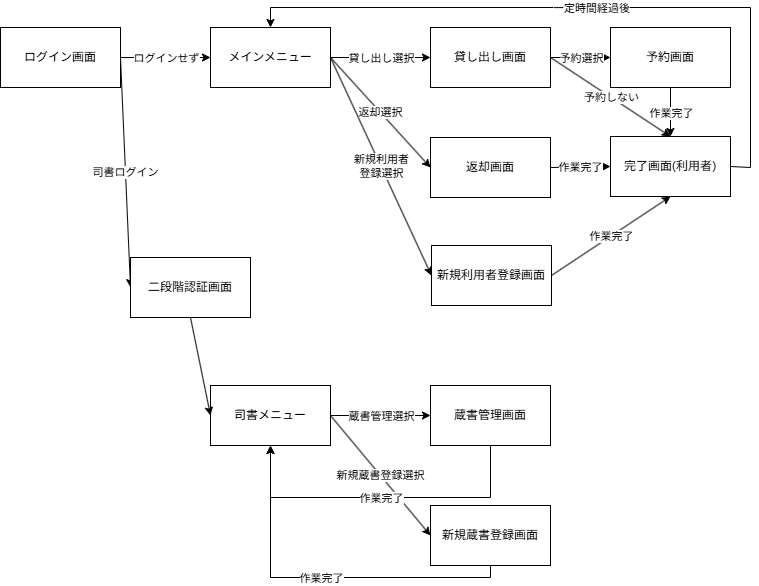
Before: 画面遷移/liblaly_画面遷移図.drawio.png, a diagram exported from draw.io (lc-lor-lcb/liblary). Source tidied: cells renumbered, new cells last; positions are measured from the earlier drawing's top-left corner, leaving out a move shared by most shapes.
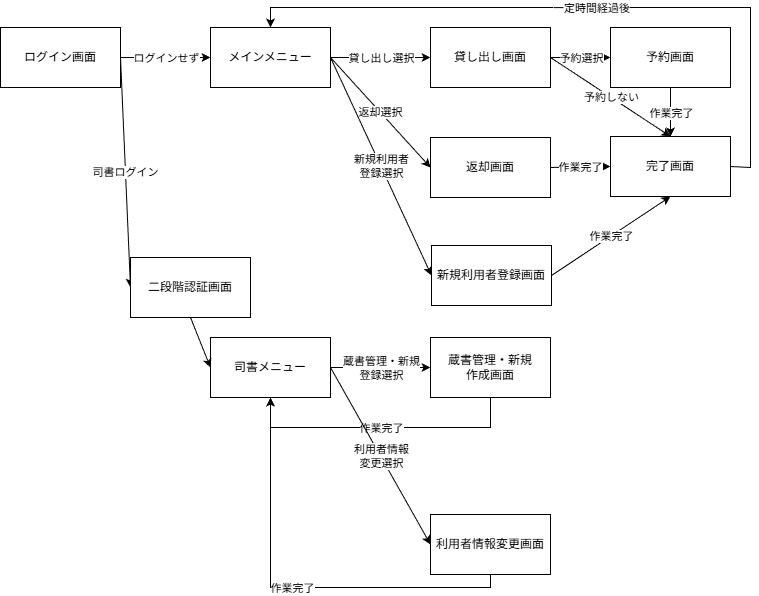
The same file after the commit.

The edit, as a diff of the source:
```diff
@@ -9,17 +9,14 @@
       <mxGeometry x="210" y="20" width="120" height="60" as="geometry" />
     </mxCell>
     <mxCell id="4" value="司書メニュー" style="rounded=0;whiteSpace=wrap;html=1;" parent="1" vertex="1">
-      <mxGeometry x="210" y="378" width="120" height="60" as="geometry" />
+      <mxGeometry x="210" y="330" width="120" height="60" as="geometry" />
     </mxCell>
     <mxCell id="5" value="貸し出し画面" style="rounded=0;whiteSpace=wrap;html=1;" parent="1" vertex="1">
       <mxGeometry x="430" y="20" width="120" height="60" as="geometry" />
     </mxCell>
-    <mxCell id="6" value="蔵書管理画面" style="rounded=0;whiteSpace=wrap;html=1;" parent="1" vertex="1">
-      <mxGeometry x="430" y="378" width="120" height="60" as="geometry" />
+    <mxCell id="6" value="蔵書管理・新規&lt;div&gt;作成画面&lt;/div&gt;" style="rounded=0;whiteSpace=wrap;html=1;" parent="1" vertex="1">
+      <mxGeometry x="430" y="330" width="120" height="60" as="geometry" />
     </mxCell>
-    <mxCell id="7" value="新規蔵書登録画面" style="rounded=0;whiteSpace=wrap;html=1;" parent="1" vertex="1">
-      <mxGeometry x="430" y="498" width="120" height="60" as="geometry" />
-    </mxCell>
     <mxCell id="8" value="返却画面" style="rounded=0;whiteSpace=wrap;html=1;" parent="1" vertex="1">
       <mxGeometry x="430" y="130" width="120" height="60" as="geometry" />
     </mxCell>
@@ -38,7 +35,7 @@
     <mxCell id="13" style="endArrow=classic;html=1;rounded=0;entryX=0;entryY=0.5;entryDx=0;entryDy=0;exitX=1;exitY=0.5;exitDx=0;exitDy=0;" parent="1" edge="1" source="4" target="6">
       <mxGeometry relative="1" as="geometry" />
     </mxCell>
-    <mxCell id="14" value="蔵書管理選択" style="edgeLabel;html=1;align=center;verticalAlign=middle;" parent="13" vertex="1">
+    <mxCell id="14" value="蔵書管理・新規&lt;div&gt;登録選択&lt;/div&gt;" style="edgeLabel;html=1;align=center;verticalAlign=middle;" parent="13" vertex="1">
       <mxGeometry relative="1" as="geometry" />
     </mxCell>
     <mxCell id="15" style="endArrow=classic;html=1;rounded=0;entryX=0;entryY=0.5;entryDx=0;entryDy=0;" parent="1" edge="1" target="31">
@@ -49,12 +46,6 @@
     <mxCell id="16" value="司書ログイン" style="edgeLabel;html=1;align=center;verticalAlign=middle;" parent="15" vertex="1">
       <mxGeometry relative="1" as="geometry" />
     </mxCell>
-    <mxCell id="17" style="endArrow=classic;html=1;rounded=0;entryX=0;entryY=0.5;entryDx=0;entryDy=0;exitX=1;exitY=0.5;exitDx=0;exitDy=0;" parent="1" edge="1" source="4" target="7">
-      <mxGeometry relative="1" as="geometry" />
-    </mxCell>
-    <mxCell id="18" value="新規蔵書登録選択" style="edgeLabel;html=1;align=center;verticalAlign=middle;" parent="17" vertex="1">
-      <mxGeometry relative="1" as="geometry" />
-    </mxCell>
     <mxCell id="19" style="endArrow=classic;html=1;rounded=0;entryX=0;entryY=0.5;entryDx=0;entryDy=0;exitX=1;exitY=0.5;exitDx=0;exitDy=0;" parent="1" edge="1" source="3" target="5">
       <mxGeometry relative="1" as="geometry" />
     </mxCell>
@@ -97,7 +88,7 @@
     <mxCell id="32" style="endArrow=classic;html=1;rounded=0;entryX=0;entryY=0.5;entryDx=0;entryDy=0;exitX=0.5;exitY=1;exitDx=0;exitDy=0;" parent="1" edge="1" source="31" target="4">
       <mxGeometry relative="1" as="geometry" />
     </mxCell>
-    <mxCell id="33" value="完了画面(利用者)" style="rounded=0;whiteSpace=wrap;html=1;" parent="1" vertex="1">
+    <mxCell id="33" value="完了画面" style="rounded=0;whiteSpace=wrap;html=1;" parent="1" vertex="1">
       <mxGeometry x="610" y="129" width="120" height="60" as="geometry" />
     </mxCell>
     <mxCell id="34" style="endArrow=classic;html=1;rounded=0;exitX=1;exitY=0.5;exitDx=0;exitDy=0;entryX=0;entryY=0.5;entryDx=0;entryDy=0;" parent="1" edge="1" source="8" target="33">
@@ -127,8 +118,8 @@
     <mxCell id="40" style="endArrow=classic;html=1;rounded=0;exitX=0.5;exitY=1;exitDx=0;exitDy=0;entryX=0.5;entryY=1;entryDx=0;entryDy=0;" parent="1" edge="1" source="6" target="4">
       <mxGeometry relative="1" as="geometry">
         <Array as="points">
-          <mxPoint x="490" y="490" />
-          <mxPoint x="270" y="490" />
+          <mxPoint x="490" y="420" />
+          <mxPoint x="270" y="420" />
         </Array>
       </mxGeometry>
     </mxCell>
@@ -138,16 +129,25 @@
     <mxCell id="42" value="&lt;div&gt;&lt;br&gt;&lt;/div&gt;&lt;div&gt;&lt;br&gt;&lt;/div&gt;&lt;div&gt;&lt;br&gt;&lt;/div&gt;" style="edgeLabel;html=1;align=center;verticalAlign=middle;" parent="40" vertex="1">
       <mxGeometry x="0.03" y="3" relative="1" as="geometry" />
     </mxCell>
-    <mxCell id="43" style="endArrow=classic;html=1;rounded=0;exitX=0.5;exitY=1;exitDx=0;exitDy=0;entryX=0.5;entryY=1;entryDx=0;entryDy=0;" parent="1" edge="1" source="7" target="4">
-      <mxGeometry relative="1" as="geometry">
-        <Array as="points">
-          <mxPoint x="490" y="570" />
-          <mxPoint x="270" y="570" />
-        </Array>
-      </mxGeometry>
-    </mxCell>
+    <mxCell id="45" value="利用者情報変更画面" style="rounded=0;whiteSpace=wrap;html=1;" parent="1" vertex="1">
+      <mxGeometry x="430" y="507" width="120" height="60" as="geometry" />
+    </mxCell>
+    <mxCell id="46" style="endArrow=classic;html=1;rounded=0;exitX=0.5;exitY=1;exitDx=0;exitDy=0;entryX=0.5;entryY=1;entryDx=0;entryDy=0;" parent="1" edge="1" source="45" target="4">
+      <mxGeometry relative="1" as="geometry">
+        <Array as="points">
+          <mxPoint x="490" y="580" />
+          <mxPoint x="270" y="580" />
+        </Array>
+      </mxGeometry>
+    </mxCell>
-    <mxCell id="44" value="作業完了" style="edgeLabel;html=1;align=center;verticalAlign=middle;" parent="43" vertex="1">
+    <mxCell id="44" value="作業完了" style="edgeLabel;html=1;align=center;verticalAlign=middle;" parent="46" vertex="1">
       <mxGeometry relative="1" as="geometry" />
     </mxCell>
+    <mxCell id="47" style="endArrow=classic;html=1;rounded=0;entryX=0;entryY=0.5;entryDx=0;entryDy=0;exitX=1;exitY=0.5;exitDx=0;exitDy=0;" parent="1" edge="1" source="4" target="45">
+      <mxGeometry relative="1" as="geometry" />
+    </mxCell>
+    <mxCell id="48" value="利用者情報&lt;br&gt;変更選択" style="edgeLabel;html=1;align=center;verticalAlign=middle;" parent="47" vertex="1">
+      <mxGeometry relative="1" as="geometry" />
+    </mxCell>
   </root>
 </mxGraphModel>
```
